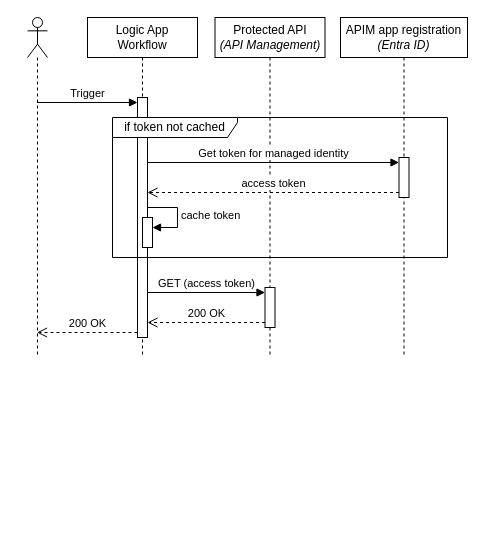
Earlier version of the draw.io diagram page "workflow-to-apim" (4 of 4) of images/diagrams.drawio (ronaldbosma/call-apim-with-managed-identity). Source tidied: cells renumbered, new cells numbered last; positions are measured from the earlier drawing's top-left corner, leaving out a move shared by most shapes. Both pictures are drawn from the tidied source at 100%, with x=0, y=0 at pixel (27, 17).
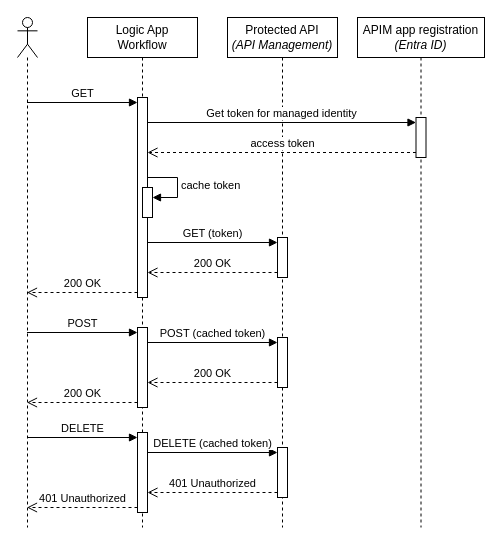
Above is the later version.

Commit message (it also covers changes not shown here):
Add POST and DELETE to sequence diagrams

What changed in the source:
```diff
@@
-    <mxCell id="0" />
-    <mxCell id="1" parent="0" />
-    <mxCell id="2" style="shape=umlLifeline;perimeter=lifelinePerimeter;whiteSpace=wrap;html=1;outlineConnect=0;portConstraint=eastwest;newEdgeStyle={&quot;curved&quot;:0,&quot;rounded&quot;:0};participant=umlActor;" parent="1" vertex="1">
-      <mxGeometry width="20" height="340" as="geometry" />
-    </mxCell>
+    <mxCell id="18" />
+    <mxCell id="19" parent="18" />
+    <mxCell id="7" value="Logic App&lt;div&gt;Workflow&lt;/div&gt;" style="shape=umlLifeline;perimeter=lifelinePerimeter;whiteSpace=wrap;html=1;newEdgeStyle={&quot;curved&quot;:0,&quot;rounded&quot;:0};" parent="19" vertex="1">
+      <mxGeometry x="60" width="110" height="510" as="geometry" />
+    </mxCell>
+    <mxCell id="20" style="html=1;points=[[0,0,0,0,5],[0,1,0,0,-5],[1,0,0,0,5],[1,1,0,0,-5]];perimeter=orthogonalPerimeter;outlineConnect=0;targetShapes=umlLifeline;portConstraint=eastwest;newEdgeStyle={&quot;curved&quot;:0,&quot;rounded&quot;:0};" parent="7" vertex="1">
+      <mxGeometry x="50" y="80" width="10" height="200" as="geometry" />
+    </mxCell>
+    <mxCell id="21" style="html=1;points=[[0,0,0,0,5],[0,1,0,0,-5],[1,0,0,0,5],[1,1,0,0,-5]];perimeter=orthogonalPerimeter;outlineConnect=0;targetShapes=umlLifeline;portConstraint=eastwest;newEdgeStyle={&quot;curved&quot;:0,&quot;rounded&quot;:0};" parent="7" vertex="1">
+      <mxGeometry x="50" y="310" width="10" height="80" as="geometry" />
+    </mxCell>
+    <mxCell id="22" style="html=1;points=[[0,0,0,0,5],[0,1,0,0,-5],[1,0,0,0,5],[1,1,0,0,-5]];perimeter=orthogonalPerimeter;outlineConnect=0;targetShapes=umlLifeline;portConstraint=eastwest;newEdgeStyle={&quot;curved&quot;:0,&quot;rounded&quot;:0};" parent="7" vertex="1">
+      <mxGeometry x="50" y="415" width="10" height="80" as="geometry" />
+    </mxCell>
+    <mxCell id="23" style="shape=umlLifeline;perimeter=lifelinePerimeter;whiteSpace=wrap;html=1;outlineConnect=0;portConstraint=eastwest;newEdgeStyle={&quot;curved&quot;:0,&quot;rounded&quot;:0};participant=umlActor;" parent="19" vertex="1">
+      <mxGeometry x="-10" width="20" height="510" as="geometry" />
+    </mxCell>
-    <mxCell id="3" value="Protected API&lt;div&gt;&lt;i&gt;(API Management)&lt;/i&gt;&lt;/div&gt;" style="shape=umlLifeline;perimeter=lifelinePerimeter;whiteSpace=wrap;html=1;newEdgeStyle={&quot;curved&quot;:0,&quot;rounded&quot;:0};" parent="1" vertex="1">
-      <mxGeometry x="187.5" width="110" height="340" as="geometry" />
+    <mxCell id="3" value="Protected API&lt;div&gt;&lt;i&gt;(API Management)&lt;/i&gt;&lt;/div&gt;" style="shape=umlLifeline;perimeter=lifelinePerimeter;whiteSpace=wrap;html=1;newEdgeStyle={&quot;curved&quot;:0,&quot;rounded&quot;:0};" parent="19" vertex="1">
+      <mxGeometry x="200" width="110" height="510" as="geometry" />
     </mxCell>
-    <mxCell id="4" style="html=1;points=[[0,0,0,0,5],[0,1,0,0,-5],[1,0,0,0,5],[1,1,0,0,-5]];perimeter=orthogonalPerimeter;outlineConnect=0;targetShapes=umlLifeline;portConstraint=eastwest;newEdgeStyle={&quot;curved&quot;:0,&quot;rounded&quot;:0};" parent="3" vertex="1">
-      <mxGeometry x="50" y="270" width="10" height="40" as="geometry" />
-    </mxCell>
+    <mxCell id="24" style="html=1;points=[[0,0,0,0,5],[0,1,0,0,-5],[1,0,0,0,5],[1,1,0,0,-5]];perimeter=orthogonalPerimeter;outlineConnect=0;targetShapes=umlLifeline;portConstraint=eastwest;newEdgeStyle={&quot;curved&quot;:0,&quot;rounded&quot;:0};" parent="3" vertex="1">
+      <mxGeometry x="50" y="220" width="10" height="40" as="geometry" />
+    </mxCell>
+    <mxCell id="25" style="html=1;points=[[0,0,0,0,5],[0,1,0,0,-5],[1,0,0,0,5],[1,1,0,0,-5]];perimeter=orthogonalPerimeter;outlineConnect=0;targetShapes=umlLifeline;portConstraint=eastwest;newEdgeStyle={&quot;curved&quot;:0,&quot;rounded&quot;:0};" parent="3" vertex="1">
+      <mxGeometry x="50" y="320" width="10" height="50" as="geometry" />
+    </mxCell>
+    <mxCell id="26" style="html=1;points=[[0,0,0,0,5],[0,1,0,0,-5],[1,0,0,0,5],[1,1,0,0,-5]];perimeter=orthogonalPerimeter;outlineConnect=0;targetShapes=umlLifeline;portConstraint=eastwest;newEdgeStyle={&quot;curved&quot;:0,&quot;rounded&quot;:0};" parent="3" vertex="1">
+      <mxGeometry x="50" y="430" width="10" height="50" as="geometry" />
+    </mxCell>
-    <mxCell id="5" value="APIM app registration&lt;div&gt;&lt;i&gt;(Entra ID)&lt;/i&gt;&lt;/div&gt;" style="shape=umlLifeline;perimeter=lifelinePerimeter;whiteSpace=wrap;html=1;newEdgeStyle={&quot;curved&quot;:0,&quot;rounded&quot;:0};" parent="1" vertex="1">
-      <mxGeometry x="313" width="127" height="340" as="geometry" />
+    <mxCell id="5" value="APIM app registration&lt;div&gt;&lt;i&gt;(Entra ID)&lt;/i&gt;&lt;/div&gt;" style="shape=umlLifeline;perimeter=lifelinePerimeter;whiteSpace=wrap;html=1;newEdgeStyle={&quot;curved&quot;:0,&quot;rounded&quot;:0};" parent="19" vertex="1">
+      <mxGeometry x="330" width="127" height="510" as="geometry" />
     </mxCell>
-    <mxCell id="6" style="html=1;points=[[0,0,0,0,5],[0,1,0,0,-5],[1,0,0,0,5],[1,1,0,0,-5]];perimeter=orthogonalPerimeter;outlineConnect=0;targetShapes=umlLifeline;portConstraint=eastwest;newEdgeStyle={&quot;curved&quot;:0,&quot;rounded&quot;:0};" parent="5" vertex="1">
-      <mxGeometry x="58.5" y="140" width="10" height="40" as="geometry" />
-    </mxCell>
-    <mxCell id="7" value="Logic App&lt;div&gt;Workflow&lt;/div&gt;" style="shape=umlLifeline;perimeter=lifelinePerimeter;whiteSpace=wrap;html=1;newEdgeStyle={&quot;curved&quot;:0,&quot;rounded&quot;:0};" parent="1" vertex="1">
-      <mxGeometry x="60" width="110" height="340" as="geometry" />
-    </mxCell>
-    <mxCell id="8" style="html=1;points=[[0,0,0,0,5],[0,1,0,0,-5],[1,0,0,0,5],[1,1,0,0,-5]];perimeter=orthogonalPerimeter;outlineConnect=0;targetShapes=umlLifeline;portConstraint=eastwest;newEdgeStyle={&quot;curved&quot;:0,&quot;rounded&quot;:0};" parent="7" vertex="1">
-      <mxGeometry x="50" y="80" width="10" height="240" as="geometry" />
-    </mxCell>
-    <mxCell id="9" value="Trigger" style="html=1;verticalAlign=bottom;endArrow=block;curved=0;rounded=0;entryX=0;entryY=0;entryDx=0;entryDy=5;" parent="1" edge="1" source="2" target="8">
-      <mxGeometry relative="1" as="geometry" />
-    </mxCell>
-    <mxCell id="10" value="200 OK" style="html=1;verticalAlign=bottom;endArrow=open;dashed=1;endSize=8;curved=0;rounded=0;exitX=0;exitY=1;exitDx=0;exitDy=-5;" parent="1" edge="1" source="8" target="2">
-      <mxGeometry relative="1" as="geometry" />
-    </mxCell>
-    <mxCell id="11" value="200 OK" style="html=1;verticalAlign=bottom;endArrow=open;dashed=1;endSize=8;curved=0;rounded=0;exitX=0;exitY=1;exitDx=0;exitDy=-5;" parent="1" edge="1" source="4" target="8">
-      <mxGeometry relative="1" as="geometry" />
-    </mxCell>
-    <mxCell id="12" value="GET (access token)" style="html=1;verticalAlign=bottom;endArrow=block;curved=0;rounded=0;entryX=0;entryY=0;entryDx=0;entryDy=5;" parent="1" edge="1" source="8" target="4">
-      <mxGeometry relative="1" as="geometry" />
-    </mxCell>
-    <mxCell id="13" value="if token not cached" style="shape=umlFrame;whiteSpace=wrap;html=1;width=125;height=20;" parent="1" vertex="1">
-      <mxGeometry x="85" y="100" width="335" height="140" as="geometry" />
-    </mxCell>
+    <mxCell id="27" style="html=1;points=[[0,0,0,0,5],[0,1,0,0,-5],[1,0,0,0,5],[1,1,0,0,-5]];perimeter=orthogonalPerimeter;outlineConnect=0;targetShapes=umlLifeline;portConstraint=eastwest;newEdgeStyle={&quot;curved&quot;:0,&quot;rounded&quot;:0};" parent="5" vertex="1">
+      <mxGeometry x="58.5" y="100" width="10" height="40" as="geometry" />
+    </mxCell>
+    <mxCell id="28" value="GET" style="html=1;verticalAlign=bottom;endArrow=block;curved=0;rounded=0;entryX=0;entryY=0;entryDx=0;entryDy=5;" parent="19" edge="1" source="23" target="20">
+      <mxGeometry relative="1" as="geometry" />
+    </mxCell>
+    <mxCell id="29" value="200 OK" style="html=1;verticalAlign=bottom;endArrow=open;dashed=1;endSize=8;curved=0;rounded=0;exitX=0;exitY=1;exitDx=0;exitDy=-5;" parent="19" edge="1" source="20" target="23">
+      <mxGeometry relative="1" as="geometry" />
+    </mxCell>
+    <mxCell id="30" value="200 OK" style="html=1;verticalAlign=bottom;endArrow=open;dashed=1;endSize=8;curved=0;rounded=0;exitX=0;exitY=1;exitDx=0;exitDy=-5;" parent="19" edge="1" source="24" target="20">
+      <mxGeometry relative="1" as="geometry" />
+    </mxCell>
+    <mxCell id="31" value="GET (token)" style="html=1;verticalAlign=bottom;endArrow=block;curved=0;rounded=0;entryX=0;entryY=0;entryDx=0;entryDy=5;" parent="19" edge="1" source="20" target="24">
+      <mxGeometry relative="1" as="geometry" />
+    </mxCell>
-    <mxCell id="14" value="Get token for managed identity" style="html=1;verticalAlign=bottom;endArrow=block;curved=0;rounded=0;entryX=0;entryY=0;entryDx=0;entryDy=5;" parent="1" edge="1" source="8" target="6">
+    <mxCell id="14" value="Get token for managed identity" style="html=1;verticalAlign=bottom;endArrow=block;curved=0;rounded=0;entryX=0;entryY=0;entryDx=0;entryDy=5;" parent="19" edge="1" source="20" target="27">
       <mxGeometry relative="1" as="geometry" />
     </mxCell>
-    <mxCell id="15" value="access token" style="html=1;verticalAlign=bottom;endArrow=open;dashed=1;endSize=8;curved=0;rounded=0;exitX=0;exitY=1;exitDx=0;exitDy=-5;" parent="1" edge="1" source="6" target="8">
+    <mxCell id="15" value="access token" style="html=1;verticalAlign=bottom;endArrow=open;dashed=1;endSize=8;curved=0;rounded=0;exitX=0;exitY=1;exitDx=0;exitDy=-5;" parent="19" edge="1" source="27" target="20">
       <mxGeometry relative="1" as="geometry" />
     </mxCell>
-    <mxCell id="16" style="html=1;points=[[0,0,0,0,5],[0,1,0,0,-5],[1,0,0,0,5],[1,1,0,0,-5]];perimeter=orthogonalPerimeter;outlineConnect=0;targetShapes=umlLifeline;portConstraint=eastwest;newEdgeStyle={&quot;curved&quot;:0,&quot;rounded&quot;:0};" parent="1" vertex="1">
-      <mxGeometry x="115" y="200" width="10" height="30" as="geometry" />
-    </mxCell>
+    <mxCell id="32" style="html=1;points=[[0,0,0,0,5],[0,1,0,0,-5],[1,0,0,0,5],[1,1,0,0,-5]];perimeter=orthogonalPerimeter;outlineConnect=0;targetShapes=umlLifeline;portConstraint=eastwest;newEdgeStyle={&quot;curved&quot;:0,&quot;rounded&quot;:0};" parent="19" vertex="1">
+      <mxGeometry x="115" y="170" width="10" height="30" as="geometry" />
+    </mxCell>
-    <mxCell id="17" value="cache token" style="html=1;align=left;spacingLeft=2;endArrow=block;rounded=0;edgeStyle=orthogonalEdgeStyle;curved=0;rounded=0;" parent="1" edge="1" target="16">
+    <mxCell id="17" value="cache token" style="html=1;align=left;spacingLeft=2;endArrow=block;rounded=0;edgeStyle=orthogonalEdgeStyle;curved=0;rounded=0;" parent="19" edge="1" target="32">
       <mxGeometry relative="1" as="geometry">
-        <mxPoint x="120" y="190" as="sourcePoint" />
+        <mxPoint x="120" y="160" as="sourcePoint" />
         <Array as="points">
-          <mxPoint x="120" y="190" />
-          <mxPoint x="150" y="190" />
-          <mxPoint x="150" y="210" />
+          <mxPoint x="120" y="160" />
+          <mxPoint x="150" y="160" />
+          <mxPoint x="150" y="180" />
         </Array>
       </mxGeometry>
     </mxCell>
+    <mxCell id="33" value="POST" style="html=1;verticalAlign=bottom;endArrow=block;curved=0;rounded=0;entryX=0;entryY=0;entryDx=0;entryDy=5;" parent="19" edge="1" source="23" target="21">
+      <mxGeometry relative="1" as="geometry" />
+    </mxCell>
+    <mxCell id="34" value="200 OK" style="html=1;verticalAlign=bottom;endArrow=open;dashed=1;endSize=8;curved=0;rounded=0;exitX=0;exitY=1;exitDx=0;exitDy=-5;" parent="19" edge="1" source="21" target="23">
+      <mxGeometry relative="1" as="geometry" />
+    </mxCell>
+    <mxCell id="35" value="200 OK" style="html=1;verticalAlign=bottom;endArrow=open;dashed=1;endSize=8;curved=0;rounded=0;exitX=0;exitY=1;exitDx=0;exitDy=-5;" parent="19" edge="1" source="25" target="21">
+      <mxGeometry relative="1" as="geometry" />
+    </mxCell>
+    <mxCell id="36" value="POST (cached token)" style="html=1;verticalAlign=bottom;endArrow=block;curved=0;rounded=0;entryX=0;entryY=0;entryDx=0;entryDy=5;" parent="19" edge="1" source="21" target="25">
+      <mxGeometry relative="1" as="geometry" />
+    </mxCell>
+    <mxCell id="37" value="401 Unauthorized" style="html=1;verticalAlign=bottom;endArrow=open;dashed=1;endSize=8;curved=0;rounded=0;exitX=0;exitY=1;exitDx=0;exitDy=-5;" parent="19" edge="1" source="26" target="22">
+      <mxGeometry relative="1" as="geometry" />
+    </mxCell>
+    <mxCell id="38" value="DELETE (cached token)" style="html=1;verticalAlign=bottom;endArrow=block;curved=0;rounded=0;entryX=0;entryY=0;entryDx=0;entryDy=5;" parent="19" edge="1" source="22" target="26">
+      <mxGeometry relative="1" as="geometry" />
+    </mxCell>
+    <mxCell id="39" value="DELETE" style="html=1;verticalAlign=bottom;endArrow=block;curved=0;rounded=0;entryX=0;entryY=0;entryDx=0;entryDy=5;" parent="19" edge="1" source="23" target="22">
+      <mxGeometry relative="1" as="geometry" />
+    </mxCell>
+    <mxCell id="40" value="401 Unauthorized" style="html=1;verticalAlign=bottom;endArrow=open;dashed=1;endSize=8;curved=0;rounded=0;exitX=0;exitY=1;exitDx=0;exitDy=-5;" parent="19" edge="1" source="22" target="23">
+      <mxGeometry relative="1" as="geometry" />
+    </mxCell>
```
